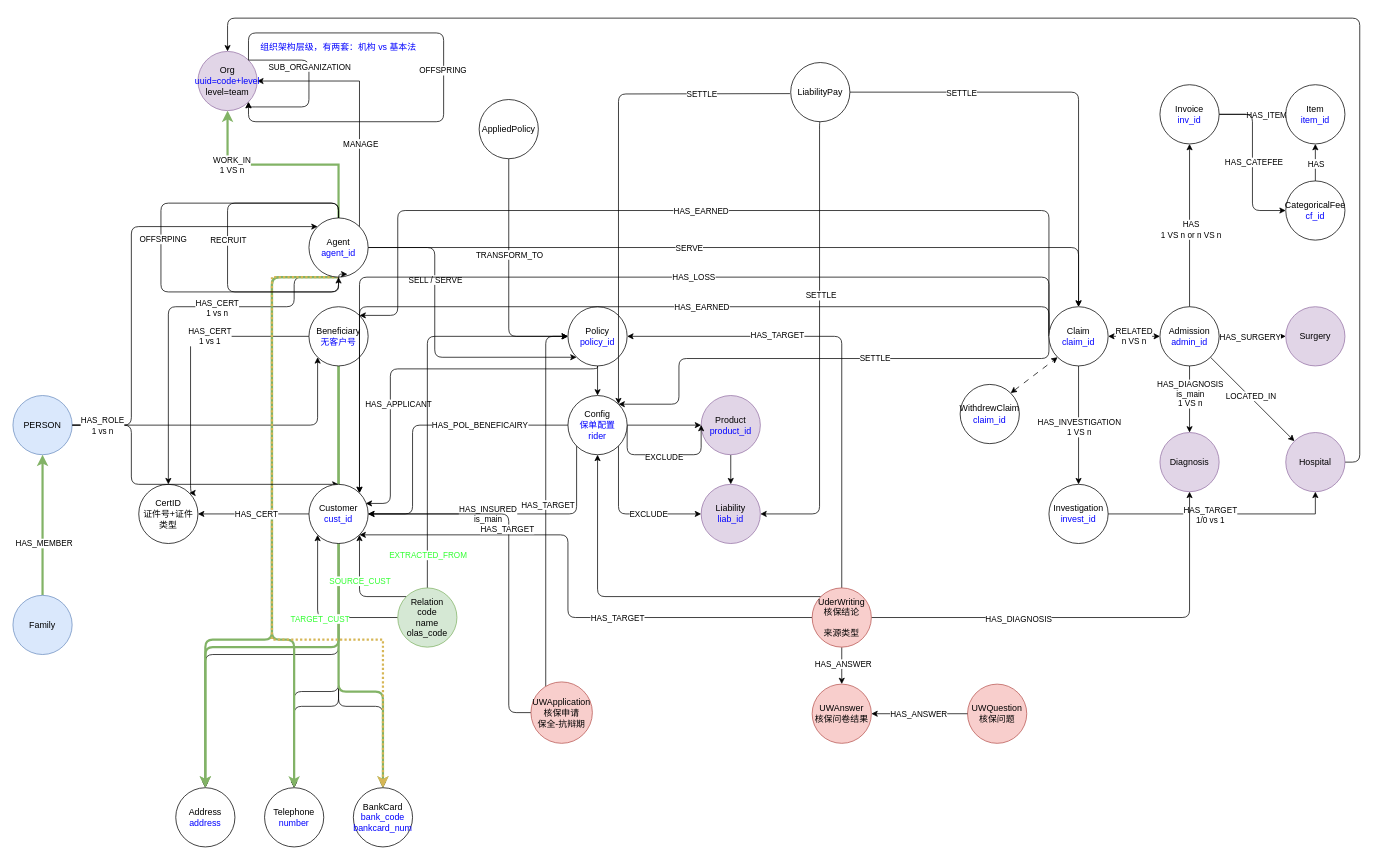
Earlier version of the draw.io diagram page "V1.3" (5 of 5) of 友邦/图拓扑设计.drawio (XiaoLiuAI/diagrams). Source tidied: cells renumbered, new cells numbered last; positions are measured from the earlier drawing's top-left corner, leaving out a move shared by most shapes. Both pictures are drawn from the tidied source at 74%, with x=0, y=0 at pixel (13, 18).
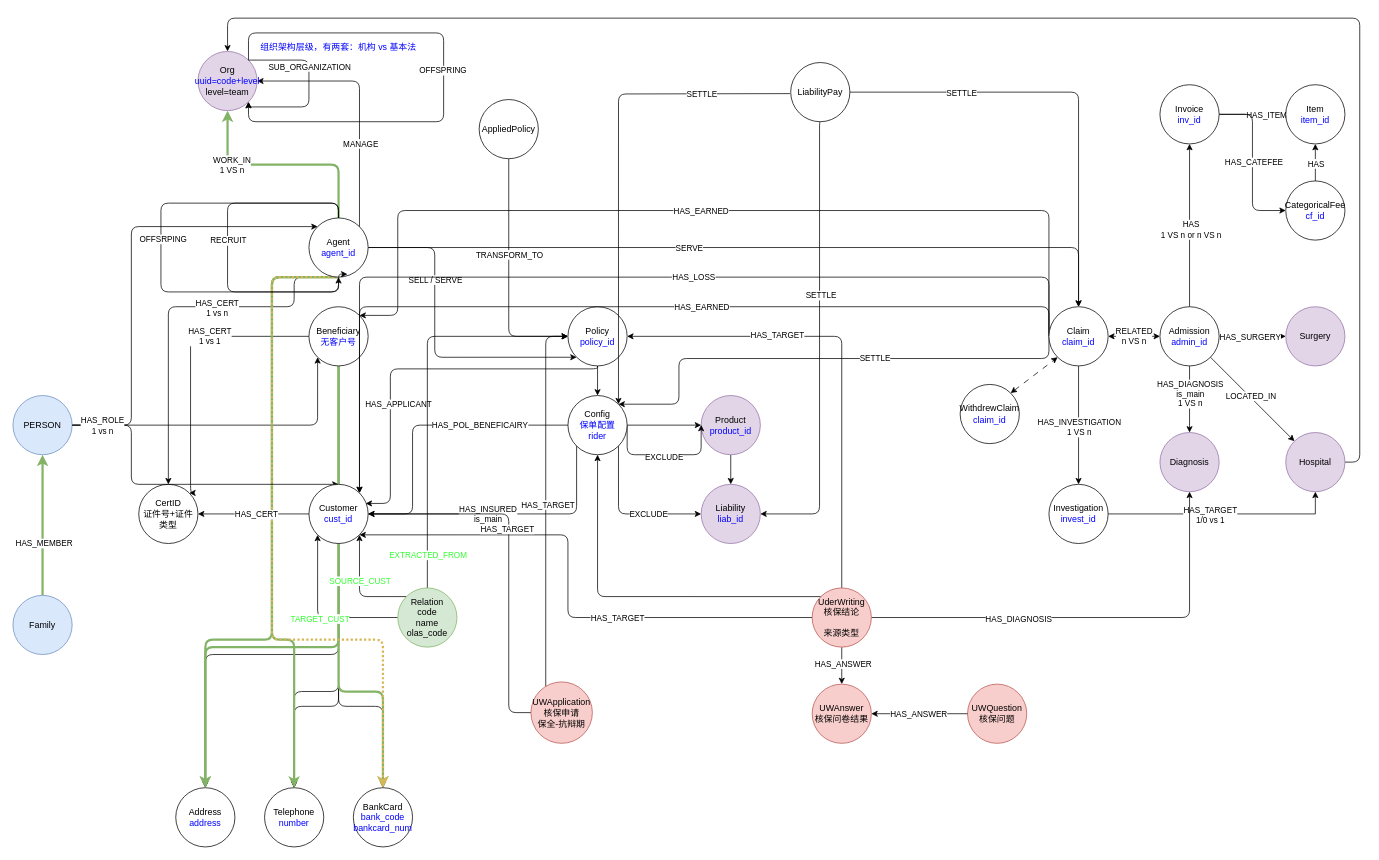
The same page after the edit.

Commit message:
更新图拓扑设计.drawio

The change refers to these unchanged cells:
```xml
<mxCell id="28" value="Agent&lt;br&gt;&lt;font color=&quot;#0000ff&quot;&gt;agent_id&lt;/font&gt;" style="ellipse;whiteSpace=wrap;html=1;" parent="1" vertex="1">
  <mxGeometry x="400" y="270" width="80" height="80" as="geometry" />
</mxCell>
<mxCell id="89" value="Org&lt;br&gt;&lt;font color=&quot;#0000ff&quot;&gt;uuid=code+level&lt;br&gt;&lt;/font&gt;level=team" style="ellipse;whiteSpace=wrap;html=1;fillColor=#e1d5e7;strokeColor=#9673a6;" parent="1" vertex="1">
  <mxGeometry x="250" y="45" width="80" height="80" as="geometry" />
</mxCell>
<mxCell id="100" value="BankCard&lt;br&gt;&lt;font color=&quot;#0000ff&quot;&gt;bank_code&lt;br&gt;bankcard_num&lt;/font&gt;" style="ellipse;whiteSpace=wrap;html=1;" parent="1" vertex="1">
  <mxGeometry x="460" y="1040" width="80" height="80" as="geometry" />
</mxCell>
```

Change to the diagram source:
```diff
@@
-    <mxCell id="19" style="edgeStyle=orthogonalEdgeStyle;rounded=0;jettySize=auto;html=1;exitX=0.5;exitY=0;exitDx=0;exitDy=0;fillColor=#d5e8d4;strokeColor=#82b366;strokeWidth=3;entryX=0.5;entryY=1;entryDx=0;entryDy=0;" parent="1" edge="1" source="28" target="89">
+    <mxCell id="19" style="edgeStyle=orthogonalEdgeStyle;rounded=1;jettySize=auto;html=1;exitX=0.5;exitY=0;exitDx=0;exitDy=0;fillColor=#d5e8d4;strokeColor=#82b366;strokeWidth=3;entryX=0.5;entryY=1;entryDx=0;entryDy=0;" parent="1" edge="1" source="28" target="89">
       <mxGeometry relative="1" as="geometry">
         <Array as="points">
           <mxPoint x="440" y="198" />
           <mxPoint x="290" y="198" />
         </Array>
       </mxGeometry>
     </mxCell>
@@
-    <mxCell id="25" style="edgeStyle=orthogonalEdgeStyle;rounded=0;jettySize=auto;html=1;exitX=0.5;exitY=1;exitDx=0;exitDy=0;entryX=0.5;entryY=0;entryDx=0;entryDy=0;fillColor=#fff2cc;strokeColor=#d6b656;strokeWidth=3;dashed=1;dashPattern=1 1;" parent="1" edge="1" source="28" target="100">
+    <mxCell id="25" style="edgeStyle=orthogonalEdgeStyle;rounded=1;jettySize=auto;html=1;exitX=0.5;exitY=1;exitDx=0;exitDy=0;entryX=0.5;entryY=0;entryDx=0;entryDy=0;fillColor=#fff2cc;strokeColor=#d6b656;strokeWidth=3;dashed=1;dashPattern=1 1;" parent="1" edge="1" source="28" target="100">
       <mxGeometry relative="1" as="geometry">
         <Array as="points">
           <mxPoint x="350" y="350" />
           <mxPoint x="350" y="840" />
           <mxPoint x="500" y="840" />
         </Array>
       </mxGeometry>
     </mxCell>
@@
-    <mxCell id="87" style="edgeStyle=orthogonalEdgeStyle;rounded=0;jettySize=auto;html=1;exitX=1;exitY=0.5;exitDx=0;exitDy=0;entryX=1;entryY=0;entryDx=0;entryDy=0;startArrow=classic;startFill=1;endArrow=none;endFill=0;" parent="1" edge="1" source="89" target="28">
+    <mxCell id="87" style="edgeStyle=orthogonalEdgeStyle;rounded=1;jettySize=auto;html=1;exitX=1;exitY=0.5;exitDx=0;exitDy=0;entryX=1;entryY=0;entryDx=0;entryDy=0;startArrow=classic;startFill=1;endArrow=none;endFill=0;" parent="1" edge="1" source="89" target="28">
       <mxGeometry relative="1" as="geometry" />
     </mxCell>
```
